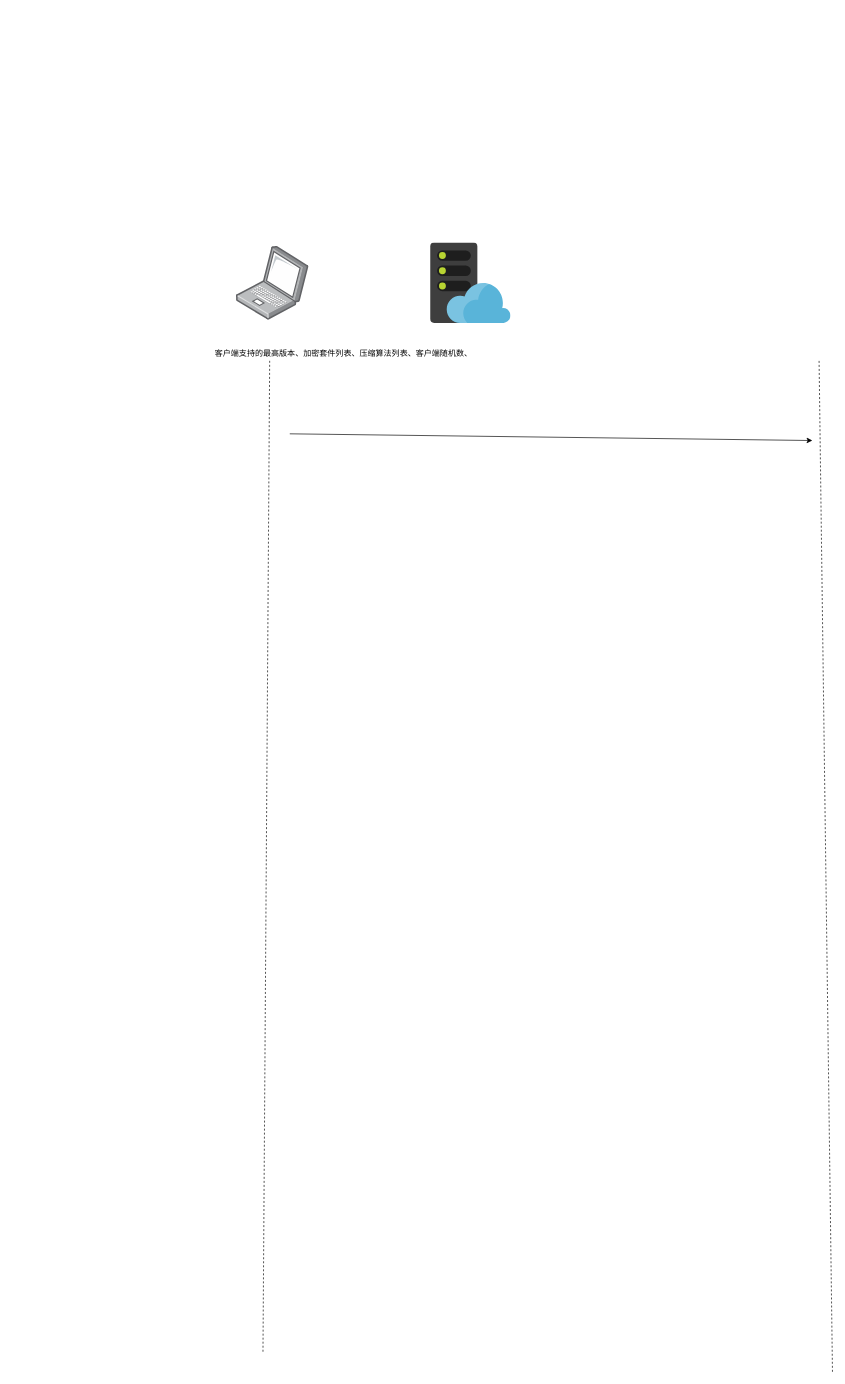
Earlier version of the draw.io diagram SSL握手.drawio (newgitofzinian/draw). Source tidied: cells renumbered, new cells numbered last; positions are measured from the earlier drawing's top-left corner, leaving out a move shared by most shapes. Both pictures are drawn from the tidied source at 67%, with x=0, y=0 at pixel (206, 243).
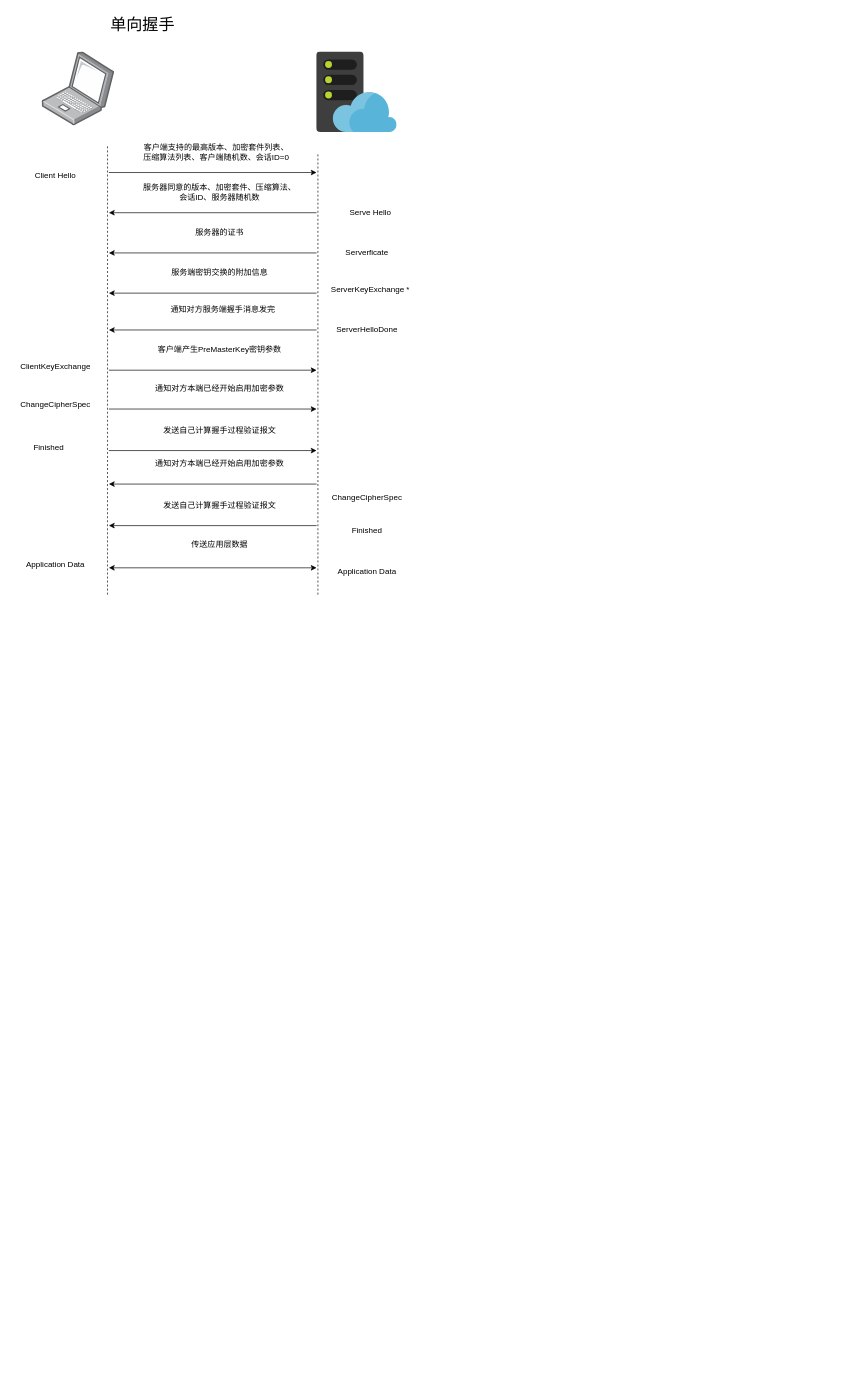
The same diagram, later.

Commit message:
已添加 SSL握手.drawio

Diff of the diagram source:
```diff
@@
-    <mxCell id="2" style="endArrow=none;dashed=1;html=1;rounded=0;" parent="1" edge="1">
-      <mxGeometry relative="1" as="geometry">
-        <mxPoint x="85" y="1655" as="sourcePoint" />
-        <mxPoint x="95" y="175" as="targetPoint" />
-      </mxGeometry>
-    </mxCell>
     <mxCell id="3" style="sketch=0;html=1;align=center;image;fontSize=12;image=img/lib/mscae/WebHosting.svg;" parent="1" vertex="1">
-      <mxGeometry x="335" width="120" height="120" as="geometry" />
+      <mxGeometry x="165" y="-285" width="120" height="120" as="geometry" />
     </mxCell>
     <mxCell id="4" style="html=1;align=center;shadow=0;dashed=0;image;image=img/lib/allied_telesis/computer_and_terminals/Laptop.svg;" parent="1" vertex="1">
-      <mxGeometry x="45" y="5" width="108.5" height="110" as="geometry" />
+      <mxGeometry x="-245" y="-285" width="108.5" height="110" as="geometry" />
     </mxCell>
-    <mxCell id="5" style="endArrow=none;dashed=1;html=1;rounded=0;" parent="1" edge="1">
-      <mxGeometry relative="1" as="geometry">
-        <mxPoint x="935" y="1685" as="sourcePoint" />
-        <mxPoint x="915" y="175" as="targetPoint" />
-      </mxGeometry>
-    </mxCell>
-    <mxCell id="6" style="endArrow=classic;html=1;rounded=0;" parent="1" edge="1">
-      <mxGeometry relative="1" as="geometry">
-        <mxPoint x="125" y="285" as="sourcePoint" />
-        <mxPoint x="905" y="295" as="targetPoint" />
-      </mxGeometry>
-    </mxCell>
-    <mxCell id="7" value="客户端支持的最高版本、加密套件列表、压缩算法列表、客户端随机数、" style="text;html=1;align=center;verticalAlign=middle;strokeColor=none;fillColor=none;" parent="1" vertex="1">
-      <mxGeometry y="150" width="410" height="30" as="geometry" />
+    <mxCell id="7" value="客户端支持的最高版本、加密套件列表、&lt;br&gt;压缩算法列表、客户端随机数、会话ID=0" style="text;html=1;align=center;verticalAlign=middle;strokeColor=none;fillColor=none;" parent="1" vertex="1">
+      <mxGeometry x="-105" y="-155" width="240" height="40" as="geometry" />
     </mxCell>
+    <mxCell id="8" style="endArrow=classic;html=1;rounded=0;" parent="1" edge="1">
+      <mxGeometry relative="1" as="geometry">
+        <mxPoint x="-145" y="-105" as="sourcePoint" />
+        <mxPoint x="165" y="-105" as="targetPoint" />
+      </mxGeometry>
+    </mxCell>
+    <mxCell id="9" value="服务器同意的版本、加密套件、压缩算法、&lt;br&gt;会话ID、服务器随机数" style="text;html=1;align=center;verticalAlign=middle;strokeColor=none;fillColor=none;" parent="1" vertex="1">
+      <mxGeometry x="-105" y="-95" width="250" height="40" as="geometry" />
+    </mxCell>
+    <mxCell id="10" style="endArrow=classic;html=1;rounded=0;" parent="1" edge="1">
+      <mxGeometry relative="1" as="geometry">
+        <mxPoint x="165" y="-45" as="sourcePoint" />
+        <mxPoint x="-145" y="-45" as="targetPoint" />
+      </mxGeometry>
+    </mxCell>
+    <mxCell id="11" value="服务器的证书" style="text;html=1;align=center;verticalAlign=middle;strokeColor=none;fillColor=none;" parent="1" vertex="1">
+      <mxGeometry x="-30" y="-30" width="100" height="30" as="geometry" />
+    </mxCell>
+    <mxCell id="12" style="endArrow=classic;html=1;rounded=0;" parent="1" edge="1">
+      <mxGeometry relative="1" as="geometry">
+        <mxPoint x="165" y="15" as="sourcePoint" />
+        <mxPoint x="-145" y="15" as="targetPoint" />
+      </mxGeometry>
+    </mxCell>
+    <mxCell id="13" value="服务端密钥交换的附加信息" style="text;html=1;align=center;verticalAlign=middle;strokeColor=none;fillColor=none;" parent="1" vertex="1">
+      <mxGeometry x="-65" y="30" width="170" height="30" as="geometry" />
+    </mxCell>
+    <mxCell id="14" style="endArrow=classic;html=1;rounded=0;" parent="1" edge="1">
+      <mxGeometry relative="1" as="geometry">
+        <mxPoint x="165" y="75" as="sourcePoint" />
+        <mxPoint x="-145" y="75" as="targetPoint" />
+      </mxGeometry>
+    </mxCell>
+    <mxCell id="15" value="通知对方服务端握手消息发完" style="text;html=1;align=center;verticalAlign=middle;strokeColor=none;fillColor=none;" parent="1" vertex="1">
+      <mxGeometry x="-65" y="85" width="180" height="30" as="geometry" />
+    </mxCell>
+    <mxCell id="16" style="endArrow=classic;html=1;rounded=0;" parent="1" edge="1">
+      <mxGeometry relative="1" as="geometry">
+        <mxPoint x="165" y="130" as="sourcePoint" />
+        <mxPoint x="-145" y="130" as="targetPoint" />
+      </mxGeometry>
+    </mxCell>
+    <mxCell id="17" value="客户端产生PreMasterKey密钥参数" style="text;html=1;align=center;verticalAlign=middle;strokeColor=none;fillColor=none;" parent="1" vertex="1">
+      <mxGeometry x="-85" y="145" width="210" height="30" as="geometry" />
+    </mxCell>
+    <mxCell id="18" style="endArrow=classic;html=1;rounded=0;" parent="1" edge="1">
+      <mxGeometry relative="1" as="geometry">
+        <mxPoint x="-145" y="190" as="sourcePoint" />
+        <mxPoint x="165" y="190" as="targetPoint" />
+      </mxGeometry>
+    </mxCell>
+    <mxCell id="19" value="通知对方本端已经开始启用加密参数" style="text;html=1;align=center;verticalAlign=middle;strokeColor=none;fillColor=none;" parent="1" vertex="1">
+      <mxGeometry x="-90" y="203" width="220" height="30" as="geometry" />
+    </mxCell>
+    <mxCell id="20" style="endArrow=classic;html=1;rounded=0;" parent="1" edge="1">
+      <mxGeometry relative="1" as="geometry">
+        <mxPoint x="-145" y="248" as="sourcePoint" />
+        <mxPoint x="165" y="248" as="targetPoint" />
+      </mxGeometry>
+    </mxCell>
+    <mxCell id="21" value="发送自己计算握手过程验证报文" style="text;html=1;align=center;verticalAlign=middle;strokeColor=none;fillColor=none;" parent="1" vertex="1">
+      <mxGeometry x="-75" y="265" width="190" height="30" as="geometry" />
+    </mxCell>
+    <mxCell id="22" style="endArrow=classic;html=1;rounded=0;" parent="1" edge="1">
+      <mxGeometry relative="1" as="geometry">
+        <mxPoint x="-145" y="310" as="sourcePoint" />
+        <mxPoint x="165" y="310" as="targetPoint" />
+      </mxGeometry>
+    </mxCell>
+    <mxCell id="23" value="通知对方本端已经开始启用加密参数" style="text;html=1;align=center;verticalAlign=middle;strokeColor=none;fillColor=none;" parent="1" vertex="1">
+      <mxGeometry x="-90" y="315" width="220" height="30" as="geometry" />
+    </mxCell>
+    <mxCell id="24" style="endArrow=classic;html=1;rounded=0;" parent="1" edge="1">
+      <mxGeometry relative="1" as="geometry">
+        <mxPoint x="165" y="360" as="sourcePoint" />
+        <mxPoint x="-145" y="360" as="targetPoint" />
+      </mxGeometry>
+    </mxCell>
+    <mxCell id="25" value="发送自己计算握手过程验证报文" style="text;html=1;align=center;verticalAlign=middle;strokeColor=none;fillColor=none;" parent="1" vertex="1">
+      <mxGeometry x="-75" y="377" width="190" height="30" as="geometry" />
+    </mxCell>
+    <mxCell id="26" style="endArrow=classic;html=1;rounded=0;" parent="1" edge="1">
+      <mxGeometry relative="1" as="geometry">
+        <mxPoint x="165" y="422" as="sourcePoint" />
+        <mxPoint x="-145" y="422" as="targetPoint" />
+      </mxGeometry>
+    </mxCell>
+    <mxCell id="27" value="传送应用层数据" style="text;html=1;align=center;verticalAlign=middle;strokeColor=none;fillColor=none;" parent="1" vertex="1">
+      <mxGeometry x="-35" y="435" width="110" height="30" as="geometry" />
+    </mxCell>
+    <mxCell id="28" style="endArrow=none;dashed=1;html=1;rounded=0;" parent="1" edge="1">
+      <mxGeometry relative="1" as="geometry">
+        <mxPoint x="-147" y="525" as="sourcePoint" />
+        <mxPoint x="-147" y="-145" as="targetPoint" />
+      </mxGeometry>
+    </mxCell>
+    <mxCell id="29" style="endArrow=none;dashed=1;html=1;rounded=0;" parent="1" edge="1">
+      <mxGeometry relative="1" as="geometry">
+        <mxPoint x="167" y="525" as="sourcePoint" />
+        <mxPoint x="167" y="-135" as="targetPoint" />
+      </mxGeometry>
+    </mxCell>
+    <mxCell id="30" value="Client Hello" style="text;html=1;align=center;verticalAlign=middle;strokeColor=none;fillColor=none;" parent="1" vertex="1">
+      <mxGeometry x="-265" y="-115" width="80" height="30" as="geometry" />
+    </mxCell>
+    <mxCell id="31" value="Serve Hello" style="text;html=1;align=center;verticalAlign=middle;strokeColor=none;fillColor=none;" parent="1" vertex="1">
+      <mxGeometry x="200" y="-60" width="90" height="30" as="geometry" />
+    </mxCell>
+    <mxCell id="32" value="Serverficate" style="text;html=1;align=center;verticalAlign=middle;strokeColor=none;fillColor=none;" parent="1" vertex="1">
+      <mxGeometry x="195" width="90" height="30" as="geometry" />
+    </mxCell>
+    <mxCell id="33" value="ServerKeyExchange *" style="text;html=1;align=center;verticalAlign=middle;strokeColor=none;fillColor=none;" parent="1" vertex="1">
+      <mxGeometry x="175" y="55" width="140" height="30" as="geometry" />
+    </mxCell>
+    <mxCell id="34" value="ServerHelloDone" style="text;html=1;align=center;verticalAlign=middle;strokeColor=none;fillColor=none;" parent="1" vertex="1">
+      <mxGeometry x="185" y="115" width="110" height="30" as="geometry" />
+    </mxCell>
+    <mxCell id="35" value="ClientKeyExchange" style="text;html=1;align=center;verticalAlign=middle;strokeColor=none;fillColor=none;" parent="1" vertex="1">
+      <mxGeometry x="-290" y="170" width="130" height="30" as="geometry" />
+    </mxCell>
+    <mxCell id="36" value="ChangeCipherSpec" style="text;html=1;align=center;verticalAlign=middle;strokeColor=none;fillColor=none;" parent="1" vertex="1">
+      <mxGeometry x="-290" y="227" width="130" height="30" as="geometry" />
+    </mxCell>
+    <mxCell id="37" value="Finished" style="text;html=1;align=center;verticalAlign=middle;strokeColor=none;fillColor=none;" parent="1" vertex="1">
+      <mxGeometry x="-270" y="290" width="70" height="30" as="geometry" />
+    </mxCell>
+    <mxCell id="38" style="endArrow=classic;startArrow=classic;html=1;rounded=0;" parent="1" edge="1">
+      <mxGeometry relative="1" as="geometry">
+        <mxPoint x="-145" y="485" as="sourcePoint" />
+        <mxPoint x="165" y="485" as="targetPoint" />
+      </mxGeometry>
+    </mxCell>
+    <mxCell id="39" value="ChangeCipherSpec" style="text;html=1;align=center;verticalAlign=middle;strokeColor=none;fillColor=none;" parent="1" vertex="1">
+      <mxGeometry x="175" y="365" width="130" height="30" as="geometry" />
+    </mxCell>
+    <mxCell id="40" value="Finished" style="text;html=1;align=center;verticalAlign=middle;strokeColor=none;fillColor=none;" parent="1" vertex="1">
+      <mxGeometry x="205" y="415" width="70" height="30" as="geometry" />
+    </mxCell>
+    <mxCell id="41" value="Application Data" style="text;html=1;align=center;verticalAlign=middle;strokeColor=none;fillColor=none;" parent="1" vertex="1">
+      <mxGeometry x="185" y="475" width="110" height="30" as="geometry" />
+    </mxCell>
+    <mxCell id="42" value="Application Data" style="text;html=1;align=center;verticalAlign=middle;strokeColor=none;fillColor=none;" parent="1" vertex="1">
+      <mxGeometry x="-280" y="465" width="110" height="30" as="geometry" />
+    </mxCell>
+    <mxCell id="43" value="&lt;font style=&quot;font-size: 24px;&quot;&gt;单向握手&lt;/font&gt;" style="text;html=1;align=center;verticalAlign=middle;strokeColor=none;fillColor=none;" parent="1" vertex="1">
+      <mxGeometry x="-155" y="-345" width="120" height="40" as="geometry" />
+    </mxCell>
```
